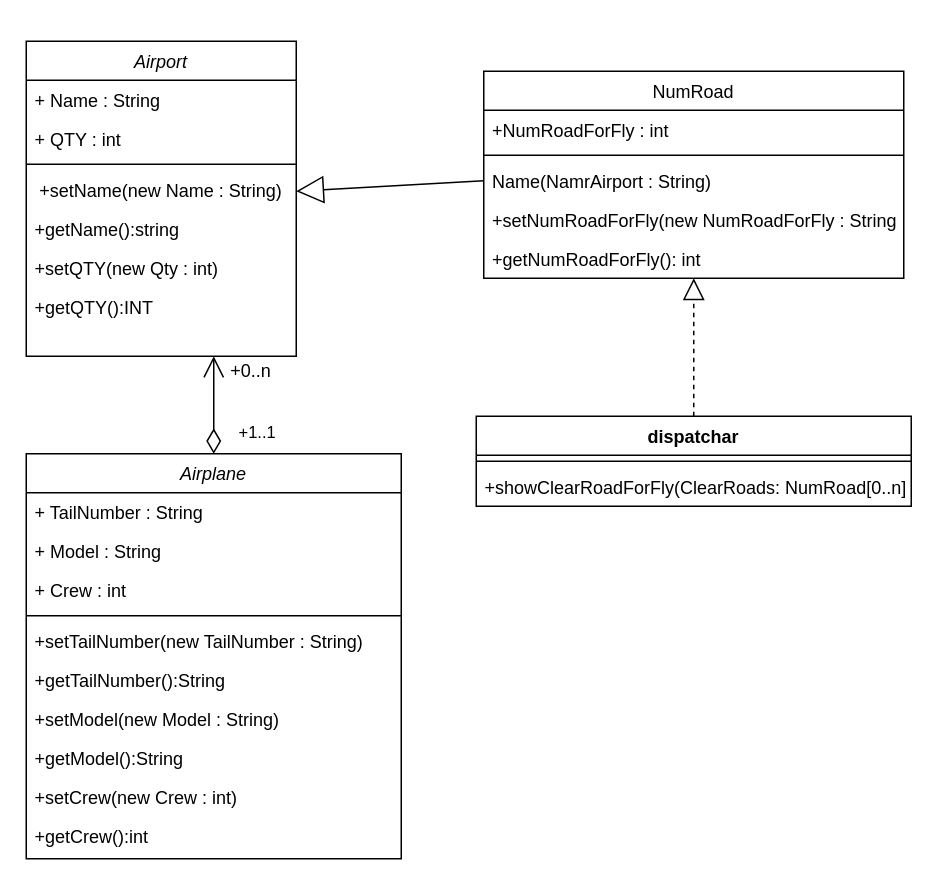
This is Lesson_2/Task_3/airplane.drawio from VovaPast/JavaCourses, a draw.io file, before an edit. Source tidied: cells renumbered, new cells numbered last; positions are measured from the earlier drawing's top-left corner, leaving out a move shared by most shapes. Both pictures are drawn from the tidied source at 150%, with x=0, y=0 at pixel (26, 40).
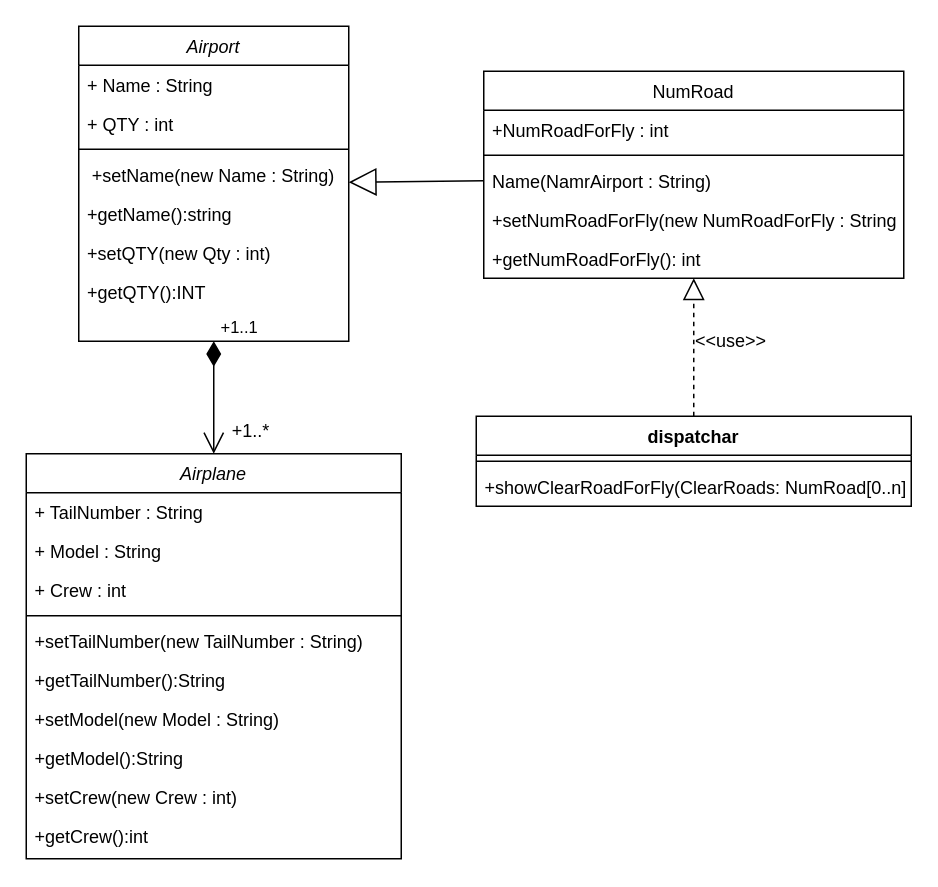
Above is the later version.

Unchanged cells that the change refers to:
```xml
<mxCell id="2" value="Airplane" style="swimlane;fontStyle=2;align=center;verticalAlign=top;horizontal=1;startSize=26;rounded=0;shadow=0;strokeWidth=1;fontSize=12;" parent="1" vertex="1">
  <mxGeometry y="275" width="250" height="270" as="geometry" />
</mxCell>
```

Change to the diagram source:
```diff
@@
     <mxCell id="13" value="Airport" style="swimlane;fontStyle=2;align=center;verticalAlign=top;horizontal=1;startSize=26;rounded=0;shadow=0;strokeWidth=1;fontSize=12;" parent="1" vertex="1">
-      <mxGeometry width="180" height="210" as="geometry" />
+      <mxGeometry x="35" y="-10" width="180" height="210" as="geometry" />
     </mxCell>
@@
-    <mxCell id="32" value="+1..1" style="endArrow=open;html=1;endSize=12;startArrow=diamondThin;startSize=14;startFill=0;edgeStyle=orthogonalEdgeStyle;align=left;verticalAlign=bottom;" parent="1" edge="1" source="2" target="13">
-      <mxGeometry x="-0.85" y="-15" relative="1" as="geometry">
-        <Array as="points">
-          <mxPoint x="90" y="330" />
-          <mxPoint x="90" y="330" />
-        </Array>
-      </mxGeometry>
+    <mxCell id="32" value="+1..1" style="endArrow=open;html=1;endSize=12;startArrow=diamondThin;startSize=14;startFill=1;edgeStyle=orthogonalEdgeStyle;align=left;verticalAlign=bottom;" parent="1" edge="1" source="13" target="2">
+      <mxGeometry x="-1" y="3" relative="1" as="geometry" />
     </mxCell>
-    <mxCell id="33" value="+0..n" style="text;html=1;strokeColor=none;fillColor=none;align=center;verticalAlign=middle;whiteSpace=wrap;rounded=0;" parent="1" vertex="1">
-      <mxGeometry x="60" y="210" width="180" height="20" as="geometry" />
-    </mxCell>
+    <mxCell id="34" value="+1..*" style="text;html=1;strokeColor=none;fillColor=none;align=center;verticalAlign=middle;whiteSpace=wrap;rounded=0;" parent="1" vertex="1">
+      <mxGeometry x="130" y="250" width="40" height="20" as="geometry" />
+    </mxCell>
+    <mxCell id="35" value="&amp;lt;&amp;lt;use&amp;gt;&amp;gt;" style="text;html=1;strokeColor=none;fillColor=none;align=center;verticalAlign=middle;whiteSpace=wrap;rounded=0;" parent="1" vertex="1">
+      <mxGeometry x="450" y="190" width="40" height="20" as="geometry" />
+    </mxCell>
```
